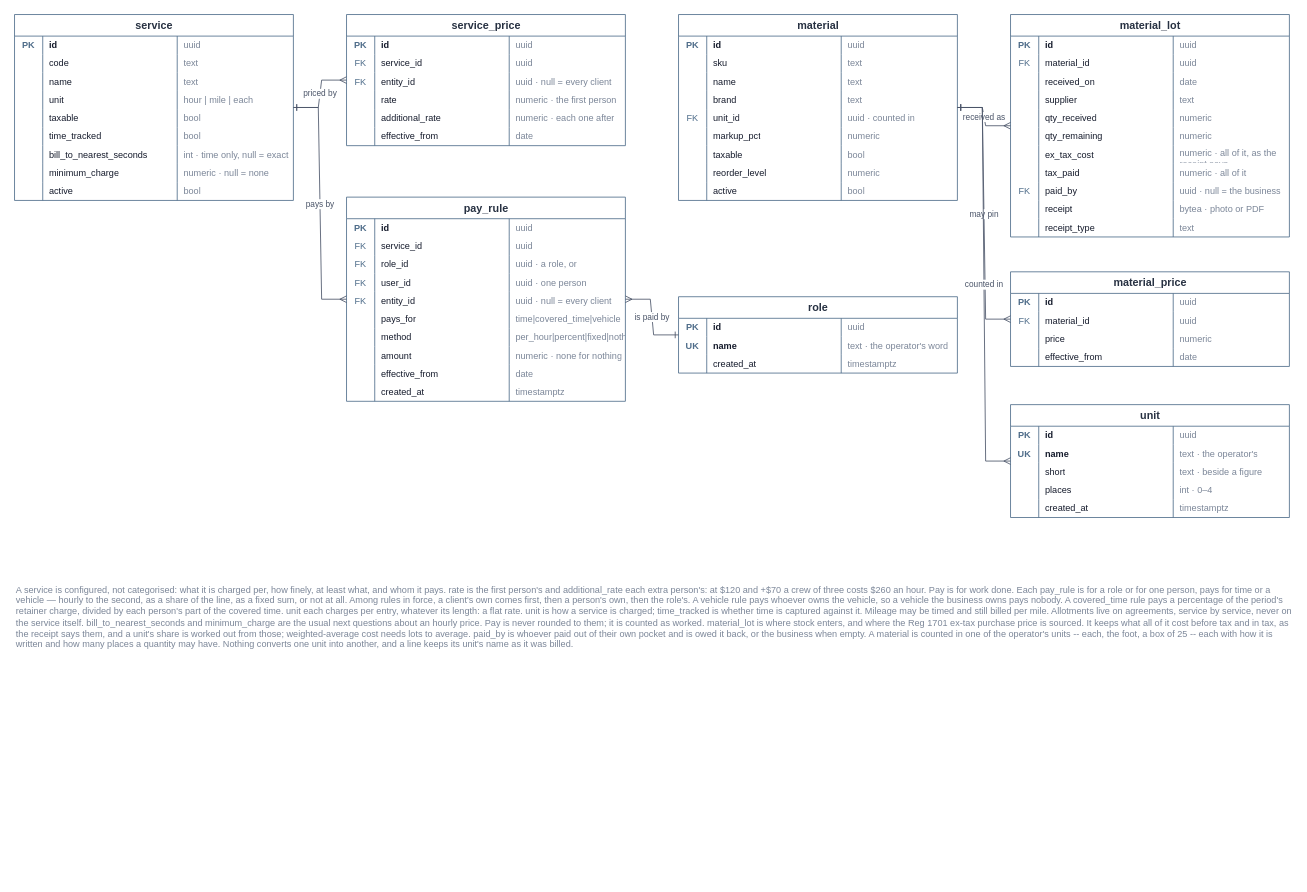
Before: docs/schema/03-catalogue.drawio in TylerVigario/reckon, a draw.io diagram. Source tidied: cells renumbered, new cells numbered last; positions are measured from the earlier drawing's top-left corner, leaving out a move shared by most shapes. Both pictures are drawn from the tidied source at 83%, with x=0, y=0 at pixel (14, 14).
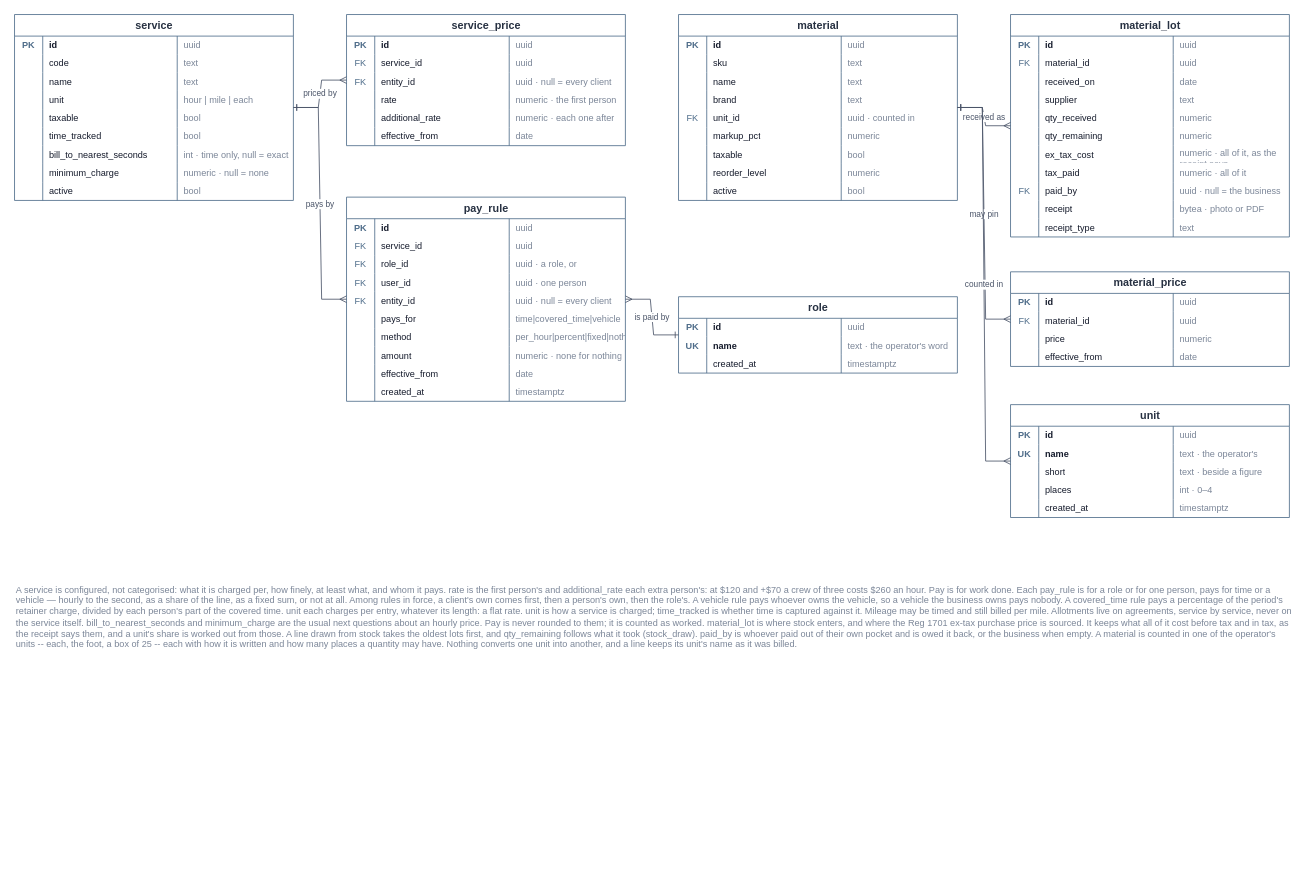
After the change.

The edit, as a diff of the source:
```diff
@@
-    <mxCell id="244" value="A service is configured, not categorised: what it is charged per, how finely, at least what, and whom it pays.  rate is the first person's and additional_rate each extra person's: at $120 and +$70 a crew of three costs $260 an hour.  Pay is for work done. Each pay_rule is for a role or for one person, pays for time or a vehicle — hourly to the second, as a share of the line, as a fixed sum, or not at all. Among rules in force, a client's own comes first, then a person's own, then the role's.  A vehicle rule pays whoever owns the vehicle, so a vehicle the business owns pays nobody.  A covered_time rule pays a percentage of the period's retainer charge, divided by each person's part of the covered time.  unit each charges per entry, whatever its length: a flat rate.  unit is how a service is charged; time_tracked is whether time is captured against it. Mileage may be timed and still billed per mile.  Allotments live on agreements, service by service, never on the service itself.  bill_to_nearest_seconds and minimum_charge are the usual next questions about an hourly price. Pay is never rounded to them; it is counted as worked.  material_lot is where stock enters, and where the Reg 1701 ex-tax purchase price is sourced. It keeps what all of it cost before tax and in tax, as the receipt says them, and a unit's share is worked out from those; weighted-average cost needs lots to average. paid_by is whoever paid out of their own pocket and is owed it back, or the business when empty.  A material is counted in one of the operator's units -- each, the foot, a box of 25 -- each with how it is written and how many places a quantity may have. Nothing converts one unit into another, and a line keeps its unit's name as it was billed." style="text;html=1;strokeColor=none;fillColor=none;align=left;verticalAlign=top;fontSize=11;fontColor=#7b8698;whiteSpace=wrap;" parent="1" vertex="1">
+    <mxCell id="244" value="A service is configured, not categorised: what it is charged per, how finely, at least what, and whom it pays.  rate is the first person's and additional_rate each extra person's: at $120 and +$70 a crew of three costs $260 an hour.  Pay is for work done. Each pay_rule is for a role or for one person, pays for time or a vehicle — hourly to the second, as a share of the line, as a fixed sum, or not at all. Among rules in force, a client's own comes first, then a person's own, then the role's.  A vehicle rule pays whoever owns the vehicle, so a vehicle the business owns pays nobody.  A covered_time rule pays a percentage of the period's retainer charge, divided by each person's part of the covered time.  unit each charges per entry, whatever its length: a flat rate.  unit is how a service is charged; time_tracked is whether time is captured against it. Mileage may be timed and still billed per mile.  Allotments live on agreements, service by service, never on the service itself.  bill_to_nearest_seconds and minimum_charge are the usual next questions about an hourly price. Pay is never rounded to them; it is counted as worked.  material_lot is where stock enters, and where the Reg 1701 ex-tax purchase price is sourced. It keeps what all of it cost before tax and in tax, as the receipt says them, and a unit's share is worked out from those. A line drawn from stock takes the oldest lots first, and qty_remaining follows what it took (stock_draw). paid_by is whoever paid out of their own pocket and is owed it back, or the business when empty.  A material is counted in one of the operator's units -- each, the foot, a box of 25 -- each with how it is written and how many places a quantity may have. Nothing converts one unit into another, and a line keeps its unit's name as it was billed." style="text;html=1;strokeColor=none;fillColor=none;align=left;verticalAlign=top;fontSize=11;fontColor=#7b8698;whiteSpace=wrap;" parent="1" vertex="1">
       <mxGeometry y="680" width="1540" height="360" as="geometry" />
     </mxCell>
```
